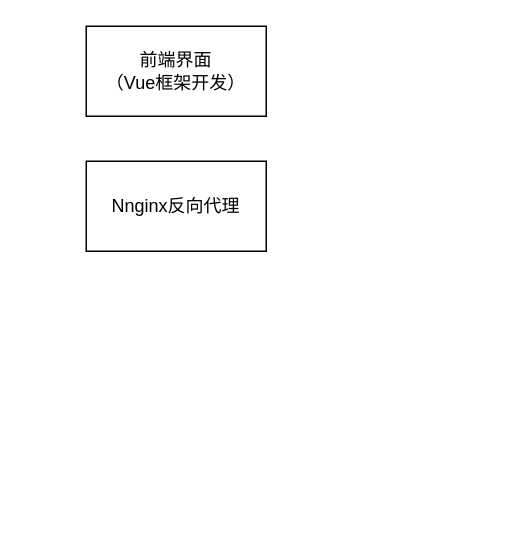
Before: Diagram.drawio in ciky1210/MachineLearning_Ng, a draw.io diagram. Source tidied: cells renumbered, new cells numbered last; positions are measured from the earlier drawing's top-left corner, leaving out a move shared by most shapes. Both pictures are drawn from the tidied source at 150%, with x=0, y=0 at pixel (86, 26).
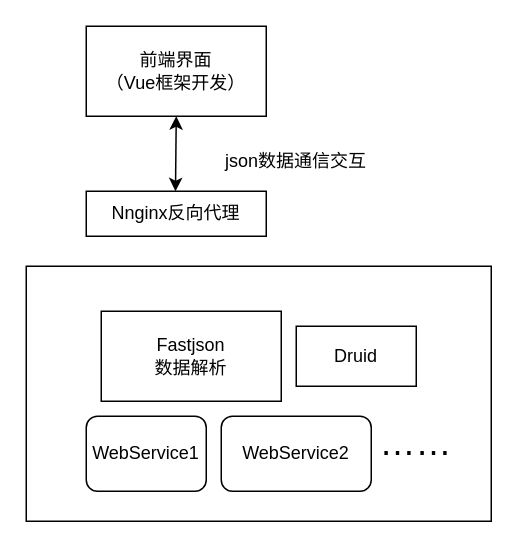
After the change.

The edit, as a diff of the source:
```diff
@@
 <mxGraphModel>
   <root>
     <mxCell id="0" />
     <mxCell id="1" parent="0" />
     <mxCell id="2" value="前端界面&lt;br&gt;（Vue框架开发）" style="rounded=0;whiteSpace=wrap;html=1;" parent="1" vertex="1">
       <mxGeometry width="120" height="60" as="geometry" />
     </mxCell>
     <mxCell id="3" value="Nnginx反向代理" style="rounded=0;whiteSpace=wrap;html=1;" parent="1" vertex="1">
-      <mxGeometry y="90" width="120" height="60" as="geometry" />
+      <mxGeometry y="110" width="120" height="30" as="geometry" />
     </mxCell>
+    <mxCell id="4" style="endArrow=classic;startArrow=classic;html=1;entryX=0.5;entryY=1;entryDx=0;entryDy=0;" parent="1" edge="1" target="2">
+      <mxGeometry relative="1" as="geometry">
+        <mxPoint x="59.5" y="110" as="sourcePoint" />
+      </mxGeometry>
+    </mxCell>
+    <mxCell id="5" value="json数据通信交互" style="text;html=1;strokeColor=none;fillColor=none;align=center;verticalAlign=middle;whiteSpace=wrap;rounded=0;" parent="1" vertex="1">
+      <mxGeometry x="90" y="80" width="100" height="20" as="geometry" />
+    </mxCell>
+    <mxCell id="6" style="rounded=0;whiteSpace=wrap;html=1;" parent="1" vertex="1">
+      <mxGeometry x="-40" y="160" width="310" height="170" as="geometry" />
+    </mxCell>
+    <mxCell id="7" value="Fastjson&lt;br&gt;数据解析" style="rounded=0;whiteSpace=wrap;html=1;" parent="1" vertex="1">
+      <mxGeometry x="10" y="190" width="120" height="60" as="geometry" />
+    </mxCell>
+    <mxCell id="8" value="Druid" style="rounded=0;whiteSpace=wrap;html=1;" parent="1" vertex="1">
+      <mxGeometry x="140" y="200" width="80" height="40" as="geometry" />
+    </mxCell>
+    <mxCell id="9" value="WebService1" style="rounded=1;whiteSpace=wrap;html=1;" parent="1" vertex="1">
+      <mxGeometry y="260" width="80" height="50" as="geometry" />
+    </mxCell>
+    <mxCell id="10" value="WebService2" style="rounded=1;whiteSpace=wrap;html=1;" parent="1" vertex="1">
+      <mxGeometry x="90" y="260" width="100" height="50" as="geometry" />
+    </mxCell>
+    <mxCell id="11" value="&lt;font style=&quot;font-size: 24px&quot;&gt;……&lt;/font&gt;" style="text;html=1;strokeColor=none;fillColor=none;align=center;verticalAlign=middle;whiteSpace=wrap;rounded=0;" parent="1" vertex="1">
+      <mxGeometry x="200" y="268" width="40" height="20" as="geometry" />
+    </mxCell>
   </root>
 </mxGraphModel>
```
